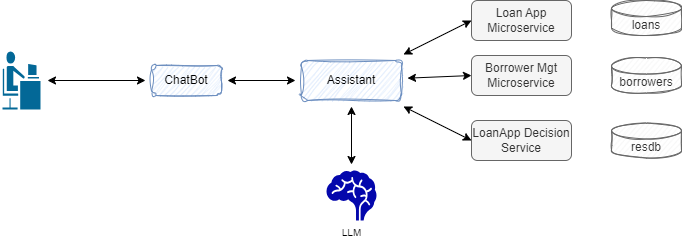
Before: docs/diagrams/miniloan/hl-arch.drawio.png, a diagram exported from draw.io (AthenaDecisionSystems/athena-owl-demos). Source tidied: cells renumbered, new cells last; positions are measured from the earlier drawing's top-left corner, leaving out a move shared by most shapes. Its diagram source:
```xml
<mxGraphModel>
  <root>
    <mxCell id="0" />
    <mxCell id="1" parent="0" />
    <mxCell id="2" style="edgeStyle=none;html=1;startArrow=classic;startFill=1;targetPerimeterSpacing=6;sourcePerimeterSpacing=6;" parent="1" edge="1" source="3" target="5">
      <mxGeometry relative="1" as="geometry" />
    </mxCell>
    <mxCell id="3" style="shape=mxgraph.cisco.people.androgenous_person;html=1;dashed=0;fillColor=#036897;strokeColor=#ffffff;strokeWidth=2;verticalLabelPosition=bottom;verticalAlign=top;align=center;outlineConnect=0;" parent="1" vertex="1">
      <mxGeometry y="50" width="40" height="60" as="geometry" />
    </mxCell>
    <mxCell id="4" style="edgeStyle=none;html=1;startArrow=classic;startFill=1;targetPerimeterSpacing=6;sourcePerimeterSpacing=6;" parent="1" edge="1" source="5" target="10">
      <mxGeometry relative="1" as="geometry" />
    </mxCell>
    <mxCell id="5" value="ChatBot" style="rounded=1;whiteSpace=wrap;html=1;sketch=1;curveFitting=1;jiggle=2;fillColor=#dae8fc;strokeColor=#6c8ebf;" parent="1" vertex="1">
      <mxGeometry x="150" y="65" width="70" height="30" as="geometry" />
    </mxCell>
    <mxCell id="6" style="edgeStyle=none;html=1;entryX=0;entryY=0.5;entryDx=0;entryDy=0;startArrow=classic;startFill=1;targetPerimeterSpacing=6;sourcePerimeterSpacing=6;" parent="1" edge="1" source="10" target="13">
      <mxGeometry relative="1" as="geometry" />
    </mxCell>
    <mxCell id="7" style="edgeStyle=none;html=1;entryX=0;entryY=0.5;entryDx=0;entryDy=0;startArrow=classic;startFill=1;sourcePerimeterSpacing=6;targetPerimeterSpacing=6;" parent="1" edge="1" source="10" target="11">
      <mxGeometry relative="1" as="geometry" />
    </mxCell>
    <mxCell id="8" style="edgeStyle=none;html=1;entryX=0;entryY=0.5;entryDx=0;entryDy=0;startArrow=classic;startFill=1;sourcePerimeterSpacing=6;targetPerimeterSpacing=6;" parent="1" edge="1" source="10" target="12">
      <mxGeometry relative="1" as="geometry" />
    </mxCell>
    <mxCell id="9" style="edgeStyle=none;html=1;fontSize=10;startArrow=classic;startFill=1;sourcePerimeterSpacing=6;targetPerimeterSpacing=6;" parent="1" edge="1" source="10" target="17">
      <mxGeometry relative="1" as="geometry" />
    </mxCell>
    <mxCell id="10" value="Assistant" style="rounded=1;whiteSpace=wrap;html=1;fillColor=#dae8fc;strokeColor=#6c8ebf;sketch=1;curveFitting=1;jiggle=2;" parent="1" vertex="1">
      <mxGeometry x="300" y="60" width="100" height="40" as="geometry" />
    </mxCell>
    <mxCell id="11" value="Borrower Mgt Microservice" style="rounded=1;whiteSpace=wrap;html=1;fillColor=#f5f5f5;fontColor=#333333;strokeColor=#666666;" parent="1" vertex="1">
      <mxGeometry x="470" y="55" width="100" height="40" as="geometry" />
    </mxCell>
    <mxCell id="12" value="Loan App Microservice" style="rounded=1;whiteSpace=wrap;html=1;fillColor=#f5f5f5;fontColor=#333333;strokeColor=#666666;" parent="1" vertex="1">
      <mxGeometry x="470" width="100" height="40" as="geometry" />
    </mxCell>
    <mxCell id="13" value="LoanApp Decision Service" style="rounded=1;whiteSpace=wrap;html=1;fillColor=#f5f5f5;fontColor=#333333;strokeColor=#666666;" parent="1" vertex="1">
      <mxGeometry x="470" y="120" width="100" height="40" as="geometry" />
    </mxCell>
    <mxCell id="14" value="loans" style="shape=cylinder3;whiteSpace=wrap;html=1;boundedLbl=1;backgroundOutline=1;size=8;sketch=1;fillColor=#f5f5f5;fontColor=#333333;strokeColor=#666666;" parent="1" vertex="1">
      <mxGeometry x="610" width="70" height="35" as="geometry" />
    </mxCell>
    <mxCell id="15" value="borrowers" style="shape=cylinder3;whiteSpace=wrap;html=1;boundedLbl=1;backgroundOutline=1;size=8;sketch=1;fillColor=#f5f5f5;fontColor=#333333;strokeColor=#666666;" parent="1" vertex="1">
      <mxGeometry x="610" y="57.5" width="70" height="35" as="geometry" />
    </mxCell>
    <mxCell id="16" value="resdb" style="shape=cylinder3;whiteSpace=wrap;html=1;boundedLbl=1;backgroundOutline=1;size=8;sketch=1;fillColor=#f5f5f5;fontColor=#333333;strokeColor=#666666;" parent="1" vertex="1">
      <mxGeometry x="610" y="122.5" width="70" height="35" as="geometry" />
    </mxCell>
    <mxCell id="17" value="LLM" style="shape=mxgraph.signs.healthcare.brain;html=1;fillColor=#0407AC;strokeColor=none;verticalLabelPosition=bottom;verticalAlign=top;align=center;fontSize=10;" parent="1" vertex="1">
      <mxGeometry x="325" y="170" width="50" height="50" as="geometry" />
    </mxCell>
  </root>
</mxGraphModel>
```
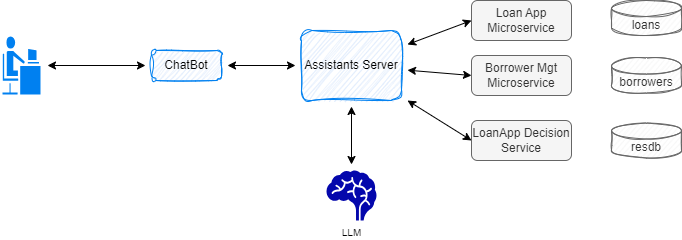
Later version of the same file.

Diff of the diagram source:
```diff
@@ -5,14 +5,14 @@
     <mxCell id="2" style="edgeStyle=none;html=1;startArrow=classic;startFill=1;targetPerimeterSpacing=6;sourcePerimeterSpacing=6;" parent="1" edge="1" source="3" target="5">
       <mxGeometry relative="1" as="geometry" />
     </mxCell>
-    <mxCell id="3" style="shape=mxgraph.cisco.people.androgenous_person;html=1;dashed=0;fillColor=#036897;strokeColor=#ffffff;strokeWidth=2;verticalLabelPosition=bottom;verticalAlign=top;align=center;outlineConnect=0;" parent="1" vertex="1">
-      <mxGeometry y="50" width="40" height="60" as="geometry" />
+    <mxCell id="3" style="shape=mxgraph.cisco.people.androgenous_person;html=1;dashed=0;fillColor=#0080F0;strokeColor=#ffffff;strokeWidth=2;verticalLabelPosition=bottom;verticalAlign=top;align=center;outlineConnect=0;" parent="1" vertex="1">
+      <mxGeometry y="35" width="40" height="60" as="geometry" />
     </mxCell>
     <mxCell id="4" style="edgeStyle=none;html=1;startArrow=classic;startFill=1;targetPerimeterSpacing=6;sourcePerimeterSpacing=6;" parent="1" edge="1" source="5" target="10">
       <mxGeometry relative="1" as="geometry" />
     </mxCell>
-    <mxCell id="5" value="ChatBot" style="rounded=1;whiteSpace=wrap;html=1;sketch=1;curveFitting=1;jiggle=2;fillColor=#dae8fc;strokeColor=#6c8ebf;" parent="1" vertex="1">
-      <mxGeometry x="150" y="65" width="70" height="30" as="geometry" />
+    <mxCell id="5" value="ChatBot" style="rounded=1;whiteSpace=wrap;html=1;sketch=1;curveFitting=1;jiggle=2;fillColor=#dae8fc;strokeColor=#0080F0;" parent="1" vertex="1">
+      <mxGeometry x="150" y="50" width="70" height="30" as="geometry" />
     </mxCell>
     <mxCell id="6" style="edgeStyle=none;html=1;entryX=0;entryY=0.5;entryDx=0;entryDy=0;startArrow=classic;startFill=1;targetPerimeterSpacing=6;sourcePerimeterSpacing=6;" parent="1" edge="1" source="10" target="13">
       <mxGeometry relative="1" as="geometry" />
@@ -26,8 +26,8 @@
     <mxCell id="9" style="edgeStyle=none;html=1;fontSize=10;startArrow=classic;startFill=1;sourcePerimeterSpacing=6;targetPerimeterSpacing=6;" parent="1" edge="1" source="10" target="17">
       <mxGeometry relative="1" as="geometry" />
     </mxCell>
-    <mxCell id="10" value="Assistant" style="rounded=1;whiteSpace=wrap;html=1;fillColor=#dae8fc;strokeColor=#6c8ebf;sketch=1;curveFitting=1;jiggle=2;" parent="1" vertex="1">
-      <mxGeometry x="300" y="60" width="100" height="40" as="geometry" />
+    <mxCell id="10" value="Assistants Server" style="rounded=1;whiteSpace=wrap;html=1;fillColor=#dae8fc;strokeColor=#0080F0;sketch=1;curveFitting=1;jiggle=2;" parent="1" vertex="1">
+      <mxGeometry x="300" y="30" width="100" height="70" as="geometry" />
     </mxCell>
     <mxCell id="11" value="Borrower Mgt Microservice" style="rounded=1;whiteSpace=wrap;html=1;fillColor=#f5f5f5;fontColor=#333333;strokeColor=#666666;" parent="1" vertex="1">
       <mxGeometry x="470" y="55" width="100" height="40" as="geometry" />
```
